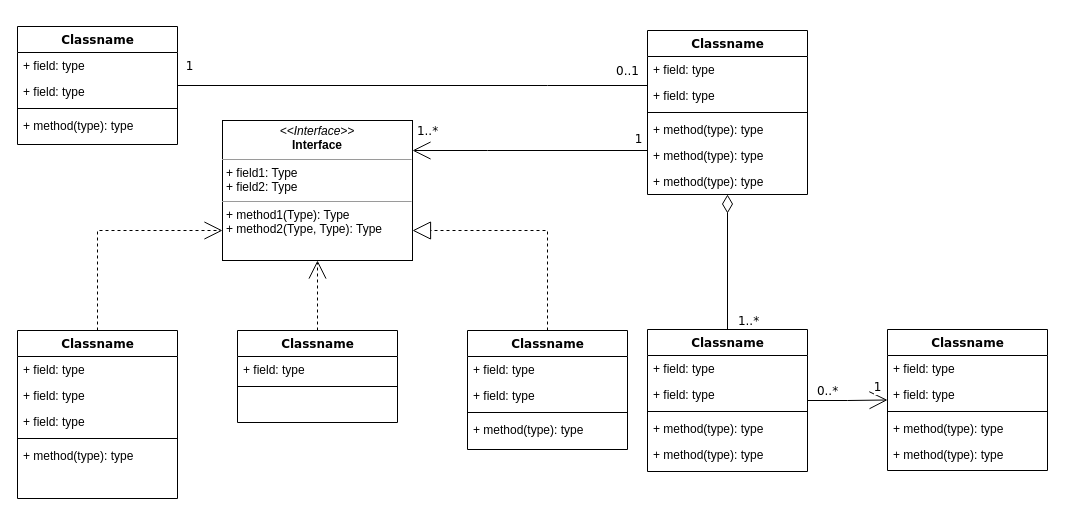
Earlier version of the draw.io diagram error_class.drawio (chenwhql/diagrams). Source tidied: cells renumbered, new cells numbered last; positions are measured from the earlier drawing's top-left corner, leaving out a move shared by most shapes. Both pictures are drawn from the tidied source at 100%, with x=0, y=0 at pixel (17, 26).
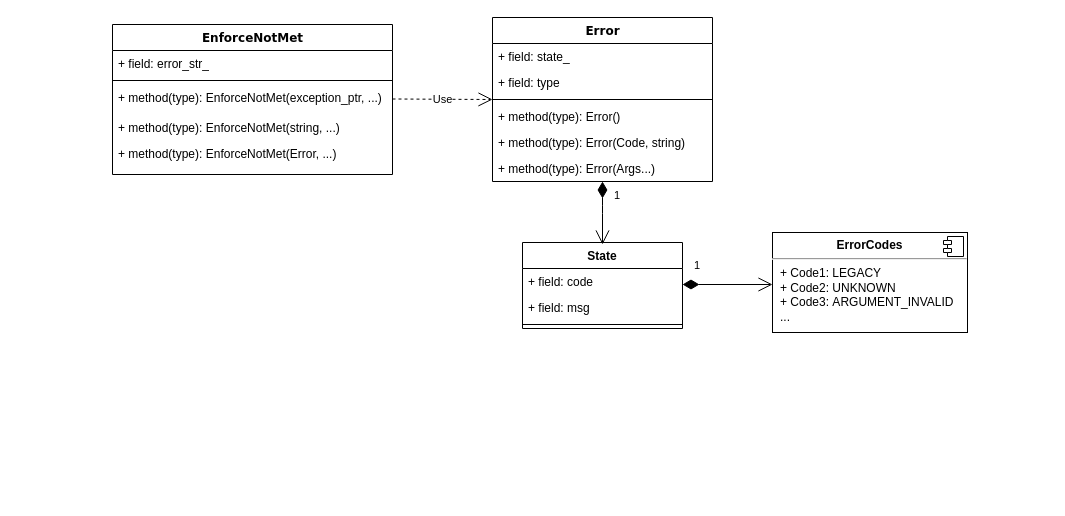
After the change.

What changed in the source:
```diff
@@
-    <mxCell id="2" style="edgeStyle=orthogonalEdgeStyle;rounded=0;html=1;dashed=1;labelBackgroundColor=none;startArrow=none;startFill=0;startSize=8;endArrow=open;endFill=0;endSize=16;fontFamily=Verdana;fontSize=12;" parent="1" edge="1" source="3" target="54">
-      <mxGeometry relative="1" as="geometry">
-        <Array as="points">
-          <mxPoint x="80" y="204" />
-        </Array>
-      </mxGeometry>
-    </mxCell>
-    <mxCell id="3" value="Classname" style="swimlane;html=1;fontStyle=1;align=center;verticalAlign=top;horizontal=1;startSize=26;swimlaneFillColor=#ffffff;rounded=0;shadow=0;comic=0;labelBackgroundColor=none;strokeColor=#000000;strokeWidth=1;fillColor=none;fontFamily=Verdana;fontSize=12;fontColor=#000000;" parent="1" vertex="1">
-      <mxGeometry y="304" width="160" height="168" as="geometry" />
-    </mxCell>
-    <mxCell id="4" value="+ field: type" style="text;html=1;strokeColor=none;fillColor=none;align=left;verticalAlign=top;spacingLeft=4;spacingRight=4;whiteSpace=wrap;overflow=hidden;" parent="3" vertex="1">
-      <mxGeometry y="26" width="160" height="26" as="geometry" />
-    </mxCell>
-    <mxCell id="5" value="+ field: type" style="text;html=1;strokeColor=none;fillColor=none;align=left;verticalAlign=top;spacingLeft=4;spacingRight=4;whiteSpace=wrap;overflow=hidden;" parent="3" vertex="1">
-      <mxGeometry y="52" width="160" height="26" as="geometry" />
-    </mxCell>
-    <mxCell id="6" value="+ field: type" style="text;html=1;strokeColor=none;fillColor=none;align=left;verticalAlign=top;spacingLeft=4;spacingRight=4;whiteSpace=wrap;overflow=hidden;" parent="3" vertex="1">
-      <mxGeometry y="78" width="160" height="26" as="geometry" />
-    </mxCell>
-    <mxCell id="7" style="line;html=1;strokeWidth=1;fillColor=none;align=left;verticalAlign=middle;spacingTop=-1;spacingLeft=3;spacingRight=3;labelPosition=right;" parent="3" vertex="1">
-      <mxGeometry y="104" width="160" height="8" as="geometry" />
-    </mxCell>
-    <mxCell id="8" value="+ method(type): type" style="text;html=1;strokeColor=none;fillColor=none;align=left;verticalAlign=top;spacingLeft=4;spacingRight=4;whiteSpace=wrap;overflow=hidden;" parent="3" vertex="1">
-      <mxGeometry y="112" width="160" height="26" as="geometry" />
-    </mxCell>
-    <mxCell id="9" value="Classname" style="swimlane;html=1;fontStyle=1;align=center;verticalAlign=top;horizontal=1;startSize=26;swimlaneFillColor=#ffffff;rounded=0;shadow=0;comic=0;labelBackgroundColor=none;strokeColor=#000000;strokeWidth=1;fillColor=none;fontFamily=Verdana;fontSize=12;fontColor=#000000;" parent="1" vertex="1">
-      <mxGeometry width="160" height="118" as="geometry" />
+    <mxCell id="9" value="Error" style="swimlane;html=1;fontStyle=1;align=center;verticalAlign=top;horizontal=1;startSize=26;swimlaneFillColor=#ffffff;rounded=0;shadow=0;comic=0;labelBackgroundColor=none;strokeColor=#000000;strokeWidth=1;fillColor=none;fontFamily=Verdana;fontSize=12;fontColor=#000000;" parent="1" vertex="1">
+      <mxGeometry x="475" y="-9" width="220" height="164" as="geometry" />
     </mxCell>
-    <mxCell id="10" value="+ field: type" style="text;html=1;strokeColor=none;fillColor=none;align=left;verticalAlign=top;spacingLeft=4;spacingRight=4;whiteSpace=wrap;overflow=hidden;" parent="9" vertex="1">
-      <mxGeometry y="26" width="160" height="26" as="geometry" />
+    <mxCell id="10" value="+ field: state_" style="text;html=1;strokeColor=none;fillColor=none;align=left;verticalAlign=top;spacingLeft=4;spacingRight=4;whiteSpace=wrap;overflow=hidden;" parent="9" vertex="1">
+      <mxGeometry y="26" width="220" height="26" as="geometry" />
     </mxCell>
     <mxCell id="11" value="+ field: type" style="text;html=1;strokeColor=none;fillColor=none;align=left;verticalAlign=top;spacingLeft=4;spacingRight=4;whiteSpace=wrap;overflow=hidden;" parent="9" vertex="1">
-      <mxGeometry y="52" width="160" height="26" as="geometry" />
+      <mxGeometry y="52" width="220" height="26" as="geometry" />
     </mxCell>
     <mxCell id="12" style="line;html=1;strokeWidth=1;fillColor=none;align=left;verticalAlign=middle;spacingTop=-1;spacingLeft=3;spacingRight=3;labelPosition=right;" parent="9" vertex="1">
-      <mxGeometry y="78" width="160" height="8" as="geometry" />
+      <mxGeometry y="78" width="220" height="8" as="geometry" />
     </mxCell>
+    <mxCell id="55" value="Use" style="endArrow=open;endSize=12;dashed=1;html=1;" parent="9" edge="1">
+      <mxGeometry relative="1" as="geometry">
+        <mxPoint x="-100" y="81.5" as="sourcePoint" />
+        <mxPoint y="82" as="targetPoint" />
+      </mxGeometry>
+    </mxCell>
-    <mxCell id="13" value="+ method(type): type" style="text;html=1;strokeColor=none;fillColor=none;align=left;verticalAlign=top;spacingLeft=4;spacingRight=4;whiteSpace=wrap;overflow=hidden;" parent="9" vertex="1">
-      <mxGeometry y="86" width="160" height="26" as="geometry" />
+    <mxCell id="13" value="+ method(type): Error()" style="text;html=1;strokeColor=none;fillColor=none;align=left;verticalAlign=top;spacingLeft=4;spacingRight=4;whiteSpace=wrap;overflow=hidden;" parent="9" vertex="1">
+      <mxGeometry y="86" width="220" height="26" as="geometry" />
     </mxCell>
+    <mxCell id="56" value="+ method(type): Error(Code, string)" style="text;html=1;strokeColor=none;fillColor=none;align=left;verticalAlign=top;spacingLeft=4;spacingRight=4;whiteSpace=wrap;overflow=hidden;" parent="9" vertex="1">
+      <mxGeometry y="112" width="220" height="26" as="geometry" />
+    </mxCell>
+    <mxCell id="57" value="+ method(type): Error(Args...)" style="text;html=1;strokeColor=none;fillColor=none;align=left;verticalAlign=top;spacingLeft=4;spacingRight=4;whiteSpace=wrap;overflow=hidden;points=[[0,0.5],[1,0.5]];portConstraint=eastwest;" parent="9" vertex="1">
+      <mxGeometry y="138" width="220" height="26" as="geometry" />
+    </mxCell>
-    <mxCell id="14" style="edgeStyle=orthogonalEdgeStyle;rounded=0;html=1;labelBackgroundColor=none;startArrow=none;startFill=0;startSize=8;endArrow=open;endFill=0;endSize=16;fontFamily=Verdana;fontSize=12;" parent="1" edge="1" source="20" target="54">
+    <mxCell id="14" style="edgeStyle=orthogonalEdgeStyle;rounded=0;html=1;labelBackgroundColor=none;startArrow=none;startFill=0;startSize=8;endArrow=open;endFill=0;endSize=16;fontFamily=Verdana;fontSize=12;" parent="1" edge="1">
       <mxGeometry relative="1" as="geometry">
+        <mxPoint x="395" y="124" as="targetPoint" />
         <Array as="points">
           <mxPoint x="470" y="124" />
           <mxPoint x="470" y="124" />
         </Array>
       </mxGeometry>
     </mxCell>
@@
-    <mxCell id="17" style="edgeStyle=orthogonalEdgeStyle;rounded=0;html=1;labelBackgroundColor=none;startArrow=none;startFill=0;startSize=8;endArrow=none;endFill=0;endSize=16;fontFamily=Verdana;fontSize=12;" parent="1" edge="1" source="20" target="9">
-      <mxGeometry relative="1" as="geometry">
-        <Array as="points">
-          <mxPoint x="530" y="59" />
-          <mxPoint x="530" y="59" />
-        </Array>
-      </mxGeometry>
-    </mxCell>
-    <mxCell id="18" value="0..1" style="text;html=1;align=center;verticalAlign=middle;labelBackgroundColor=#ffffff;fontSize=12;fontFamily=Verdana;fontColor=#000000;" parent="17" vertex="1">
-      <mxGeometry x="-0.57" y="-86" relative="1" as="geometry">
-        <mxPoint x="80" y="71" as="offset" />
-      </mxGeometry>
-    </mxCell>
-    <mxCell id="19" value="1" style="text;html=1;align=center;verticalAlign=middle;labelBackgroundColor=#ffffff;fontSize=12;fontFamily=Verdana;fontColor=#000000;" parent="17" vertex="1">
-      <mxGeometry x="0.89" y="-1" relative="1" as="geometry">
-        <mxPoint x="-15" y="-19" as="offset" />
-      </mxGeometry>
-    </mxCell>
-    <mxCell id="20" value="Classname" style="swimlane;html=1;fontStyle=1;align=center;verticalAlign=top;horizontal=1;startSize=26;swimlaneFillColor=#ffffff;rounded=0;shadow=0;comic=0;labelBackgroundColor=none;strokeColor=#000000;strokeWidth=1;fillColor=none;fontFamily=Verdana;fontSize=12;fontColor=#000000;" parent="1" vertex="1">
-      <mxGeometry x="630" y="4" width="160" height="164" as="geometry" />
-    </mxCell>
-    <mxCell id="21" value="+ field: type" style="text;html=1;strokeColor=none;fillColor=none;align=left;verticalAlign=top;spacingLeft=4;spacingRight=4;whiteSpace=wrap;overflow=hidden;" parent="20" vertex="1">
-      <mxGeometry y="26" width="160" height="26" as="geometry" />
-    </mxCell>
-    <mxCell id="22" value="+ field: type" style="text;html=1;strokeColor=none;fillColor=none;align=left;verticalAlign=top;spacingLeft=4;spacingRight=4;whiteSpace=wrap;overflow=hidden;" parent="20" vertex="1">
-      <mxGeometry y="52" width="160" height="26" as="geometry" />
-    </mxCell>
-    <mxCell id="23" style="line;html=1;strokeWidth=1;fillColor=none;align=left;verticalAlign=middle;spacingTop=-1;spacingLeft=3;spacingRight=3;labelPosition=right;" parent="20" vertex="1">
-      <mxGeometry y="78" width="160" height="8" as="geometry" />
-    </mxCell>
-    <mxCell id="24" value="+ method(type): type" style="text;html=1;strokeColor=none;fillColor=none;align=left;verticalAlign=top;spacingLeft=4;spacingRight=4;whiteSpace=wrap;overflow=hidden;" parent="20" vertex="1">
-      <mxGeometry y="86" width="160" height="26" as="geometry" />
-    </mxCell>
-    <mxCell id="25" value="+ method(type): type" style="text;html=1;strokeColor=none;fillColor=none;align=left;verticalAlign=top;spacingLeft=4;spacingRight=4;whiteSpace=wrap;overflow=hidden;" parent="20" vertex="1">
-      <mxGeometry y="112" width="160" height="26" as="geometry" />
-    </mxCell>
-    <mxCell id="26" value="+ method(type): type" style="text;html=1;strokeColor=none;fillColor=none;align=left;verticalAlign=top;spacingLeft=4;spacingRight=4;whiteSpace=wrap;overflow=hidden;" parent="20" vertex="1">
-      <mxGeometry y="138" width="160" height="26" as="geometry" />
-    </mxCell>
-    <mxCell id="27" style="edgeStyle=orthogonalEdgeStyle;rounded=0;html=1;dashed=1;labelBackgroundColor=none;startArrow=none;startFill=0;startSize=8;endArrow=open;endFill=0;endSize=16;fontFamily=Verdana;fontSize=12;" parent="1" edge="1" source="28" target="54">
-      <mxGeometry relative="1" as="geometry" />
-    </mxCell>
-    <mxCell id="28" value="Classname" style="swimlane;html=1;fontStyle=1;align=center;verticalAlign=top;horizontal=1;startSize=26;swimlaneFillColor=#ffffff;rounded=0;shadow=0;comic=0;labelBackgroundColor=none;strokeColor=#000000;strokeWidth=1;fillColor=none;fontFamily=Verdana;fontSize=12;fontColor=#000000;" parent="1" vertex="1">
-      <mxGeometry x="220" y="304" width="160" height="92" as="geometry" />
-    </mxCell>
-    <mxCell id="29" value="+ field: type" style="text;html=1;strokeColor=none;fillColor=none;align=left;verticalAlign=top;spacingLeft=4;spacingRight=4;whiteSpace=wrap;overflow=hidden;" parent="28" vertex="1">
-      <mxGeometry y="26" width="160" height="26" as="geometry" />
-    </mxCell>
-    <mxCell id="30" style="line;html=1;strokeWidth=1;fillColor=none;align=left;verticalAlign=middle;spacingTop=-1;spacingLeft=3;spacingRight=3;labelPosition=right;" parent="28" vertex="1">
-      <mxGeometry y="52" width="160" height="8" as="geometry" />
-    </mxCell>
-    <mxCell id="31" style="edgeStyle=orthogonalEdgeStyle;rounded=0;html=1;labelBackgroundColor=none;startArrow=none;startFill=0;startSize=8;endArrow=diamondThin;endFill=0;endSize=16;fontFamily=Verdana;fontSize=12;" parent="1" edge="1" source="36" target="20">
-      <mxGeometry relative="1" as="geometry" />
-    </mxCell>
-    <mxCell id="32" value="1..*" style="text;html=1;align=center;verticalAlign=middle;labelBackgroundColor=#ffffff;fontSize=12;fontFamily=Verdana;fontColor=#000000;" parent="31" vertex="1">
-      <mxGeometry x="-0.85" y="-1" relative="1" as="geometry">
-        <mxPoint x="19" y="1" as="offset" />
-      </mxGeometry>
-    </mxCell>
-    <mxCell id="33" style="edgeStyle=orthogonalEdgeStyle;rounded=0;html=1;labelBackgroundColor=none;startArrow=none;startFill=0;startSize=8;endArrow=open;endFill=0;endSize=16;fontFamily=Verdana;fontSize=12;" parent="1" edge="1" source="36" target="42">
-      <mxGeometry relative="1" as="geometry" />
-    </mxCell>
-    <mxCell id="34" value="0..*" style="text;html=1;align=center;verticalAlign=middle;labelBackgroundColor=#ffffff;fontSize=12;fontFamily=Verdana;fontColor=#000000;" parent="33" vertex="1">
-      <mxGeometry x="-0.79" relative="1" as="geometry">
-        <mxPoint x="11" y="-10" as="offset" />
-      </mxGeometry>
-    </mxCell>
-    <mxCell id="35" value="1" style="text;html=1;align=center;verticalAlign=middle;labelBackgroundColor=#ffffff;fontSize=12;fontFamily=Verdana;fontColor=#000000;" parent="33" vertex="1">
-      <mxGeometry x="0.7" y="1" relative="1" as="geometry">
-        <mxPoint x="2" y="-12" as="offset" />
-      </mxGeometry>
-    </mxCell>
-    <mxCell id="36" value="Classname" style="swimlane;html=1;fontStyle=1;align=center;verticalAlign=top;horizontal=1;startSize=26;swimlaneFillColor=#ffffff;rounded=0;shadow=0;comic=0;labelBackgroundColor=none;strokeColor=#000000;strokeWidth=1;fillColor=none;fontFamily=Verdana;fontSize=12;fontColor=#000000;" parent="1" vertex="1">
-      <mxGeometry x="630" y="303" width="160" height="142" as="geometry" />
+    <mxCell id="36" value="EnforceNotMet" style="swimlane;html=1;fontStyle=1;align=center;verticalAlign=top;horizontal=1;startSize=26;swimlaneFillColor=#ffffff;rounded=0;shadow=0;comic=0;labelBackgroundColor=none;strokeColor=#000000;strokeWidth=1;fillColor=none;fontFamily=Verdana;fontSize=12;fontColor=#000000;" parent="1" vertex="1">
+      <mxGeometry x="95" y="-2" width="280" height="150" as="geometry" />
     </mxCell>
-    <mxCell id="37" value="+ field: type" style="text;html=1;strokeColor=none;fillColor=none;align=left;verticalAlign=top;spacingLeft=4;spacingRight=4;whiteSpace=wrap;overflow=hidden;" parent="36" vertex="1">
-      <mxGeometry y="26" width="160" height="26" as="geometry" />
+    <mxCell id="37" value="+ field: error_str_" style="text;html=1;strokeColor=none;fillColor=none;align=left;verticalAlign=top;spacingLeft=4;spacingRight=4;whiteSpace=wrap;overflow=hidden;" parent="36" vertex="1">
+      <mxGeometry y="26" width="280" height="26" as="geometry" />
     </mxCell>
-    <mxCell id="38" value="+ field: type" style="text;html=1;strokeColor=none;fillColor=none;align=left;verticalAlign=top;spacingLeft=4;spacingRight=4;whiteSpace=wrap;overflow=hidden;" parent="36" vertex="1">
-      <mxGeometry y="52" width="160" height="26" as="geometry" />
-    </mxCell>
     <mxCell id="39" style="line;html=1;strokeWidth=1;fillColor=none;align=left;verticalAlign=middle;spacingTop=-1;spacingLeft=3;spacingRight=3;labelPosition=right;" parent="36" vertex="1">
-      <mxGeometry y="78" width="160" height="8" as="geometry" />
+      <mxGeometry y="52" width="280" height="8" as="geometry" />
     </mxCell>
-    <mxCell id="40" value="+ method(type): type" style="text;html=1;strokeColor=none;fillColor=none;align=left;verticalAlign=top;spacingLeft=4;spacingRight=4;whiteSpace=wrap;overflow=hidden;" parent="36" vertex="1">
-      <mxGeometry y="86" width="160" height="26" as="geometry" />
+    <mxCell id="40" value="+ method(type): EnforceNotMet(exception_ptr, ...)" style="text;html=1;strokeColor=none;fillColor=none;align=left;verticalAlign=top;spacingLeft=4;spacingRight=4;whiteSpace=wrap;overflow=hidden;" parent="36" vertex="1">
+      <mxGeometry y="60" width="280" height="30" as="geometry" />
     </mxCell>
-    <mxCell id="41" value="+ method(type): type" style="text;html=1;strokeColor=none;fillColor=none;align=left;verticalAlign=top;spacingLeft=4;spacingRight=4;whiteSpace=wrap;overflow=hidden;" parent="36" vertex="1">
-      <mxGeometry y="112" width="160" height="26" as="geometry" />
+    <mxCell id="41" value="+ method(type): EnforceNotMet(string, ...)" style="text;html=1;strokeColor=none;fillColor=none;align=left;verticalAlign=top;spacingLeft=4;spacingRight=4;whiteSpace=wrap;overflow=hidden;" parent="36" vertex="1">
+      <mxGeometry y="90" width="280" height="26" as="geometry" />
     </mxCell>
-    <mxCell id="42" value="Classname" style="swimlane;html=1;fontStyle=1;align=center;verticalAlign=top;horizontal=1;startSize=26;swimlaneFillColor=#ffffff;rounded=0;shadow=0;comic=0;labelBackgroundColor=none;strokeColor=#000000;strokeWidth=1;fillColor=none;fontFamily=Verdana;fontSize=12;fontColor=#000000;" parent="1" vertex="1">
-      <mxGeometry x="870" y="303" width="160" height="141" as="geometry" />
-    </mxCell>
-    <mxCell id="43" value="+ field: type" style="text;html=1;strokeColor=none;fillColor=none;align=left;verticalAlign=top;spacingLeft=4;spacingRight=4;whiteSpace=wrap;overflow=hidden;" parent="42" vertex="1">
-      <mxGeometry y="26" width="160" height="26" as="geometry" />
-    </mxCell>
-    <mxCell id="44" value="+ field: type" style="text;html=1;strokeColor=none;fillColor=none;align=left;verticalAlign=top;spacingLeft=4;spacingRight=4;whiteSpace=wrap;overflow=hidden;" parent="42" vertex="1">
-      <mxGeometry y="52" width="160" height="26" as="geometry" />
-    </mxCell>
-    <mxCell id="45" style="line;html=1;strokeWidth=1;fillColor=none;align=left;verticalAlign=middle;spacingTop=-1;spacingLeft=3;spacingRight=3;labelPosition=right;" parent="42" vertex="1">
-      <mxGeometry y="78" width="160" height="8" as="geometry" />
-    </mxCell>
-    <mxCell id="46" value="+ method(type): type" style="text;html=1;strokeColor=none;fillColor=none;align=left;verticalAlign=top;spacingLeft=4;spacingRight=4;whiteSpace=wrap;overflow=hidden;" parent="42" vertex="1">
-      <mxGeometry y="86" width="160" height="26" as="geometry" />
-    </mxCell>
-    <mxCell id="47" value="+ method(type): type" style="text;html=1;strokeColor=none;fillColor=none;align=left;verticalAlign=top;spacingLeft=4;spacingRight=4;whiteSpace=wrap;overflow=hidden;" parent="42" vertex="1">
-      <mxGeometry y="112" width="160" height="26" as="geometry" />
-    </mxCell>
+    <mxCell id="58" value="+ method(type): EnforceNotMet(Error, ...)" style="text;html=1;strokeColor=none;fillColor=none;align=left;verticalAlign=top;spacingLeft=4;spacingRight=4;whiteSpace=wrap;overflow=hidden;" parent="36" vertex="1">
+      <mxGeometry y="116" width="280" height="26" as="geometry" />
+    </mxCell>
-    <mxCell id="48" style="edgeStyle=orthogonalEdgeStyle;rounded=0;html=1;dashed=1;labelBackgroundColor=none;startArrow=none;startFill=0;startSize=8;endArrow=block;endFill=0;endSize=16;fontFamily=Verdana;fontSize=12;" parent="1" edge="1" source="49" target="54">
+    <mxCell id="48" style="edgeStyle=orthogonalEdgeStyle;rounded=0;html=1;dashed=1;labelBackgroundColor=none;startArrow=none;startFill=0;startSize=8;endArrow=block;endFill=0;endSize=16;fontFamily=Verdana;fontSize=12;" parent="1" edge="1">
       <mxGeometry relative="1" as="geometry">
+        <mxPoint x="395" y="204" as="targetPoint" />
         <Array as="points">
           <mxPoint x="530" y="204" />
         </Array>
       </mxGeometry>
     </mxCell>
-    <mxCell id="49" value="Classname" style="swimlane;html=1;fontStyle=1;align=center;verticalAlign=top;horizontal=1;startSize=26;swimlaneFillColor=#ffffff;rounded=0;shadow=0;comic=0;labelBackgroundColor=none;strokeColor=#000000;strokeWidth=1;fillColor=none;fontFamily=Verdana;fontSize=12;fontColor=#000000;" parent="1" vertex="1">
-      <mxGeometry x="450" y="304" width="160" height="119" as="geometry" />
-    </mxCell>
-    <mxCell id="50" value="+ field: type" style="text;html=1;strokeColor=none;fillColor=none;align=left;verticalAlign=top;spacingLeft=4;spacingRight=4;whiteSpace=wrap;overflow=hidden;" parent="49" vertex="1">
-      <mxGeometry y="26" width="160" height="26" as="geometry" />
-    </mxCell>
-    <mxCell id="51" value="+ field: type" style="text;html=1;strokeColor=none;fillColor=none;align=left;verticalAlign=top;spacingLeft=4;spacingRight=4;whiteSpace=wrap;overflow=hidden;" parent="49" vertex="1">
-      <mxGeometry y="52" width="160" height="26" as="geometry" />
-    </mxCell>
-    <mxCell id="52" style="line;html=1;strokeWidth=1;fillColor=none;align=left;verticalAlign=middle;spacingTop=-1;spacingLeft=3;spacingRight=3;labelPosition=right;" parent="49" vertex="1">
-      <mxGeometry y="78" width="160" height="8" as="geometry" />
-    </mxCell>
-    <mxCell id="53" value="+ method(type): type" style="text;html=1;strokeColor=none;fillColor=none;align=left;verticalAlign=top;spacingLeft=4;spacingRight=4;whiteSpace=wrap;overflow=hidden;" parent="49" vertex="1">
-      <mxGeometry y="86" width="160" height="26" as="geometry" />
-    </mxCell>
-    <mxCell id="54" value="&lt;p style=&quot;margin:0px;margin-top:4px;text-align:center;&quot;&gt;&lt;i&gt;&amp;lt;&amp;lt;Interface&amp;gt;&amp;gt;&lt;/i&gt;&lt;br/&gt;&lt;b&gt;Interface&lt;/b&gt;&lt;/p&gt;&lt;hr size=&quot;1&quot;/&gt;&lt;p style=&quot;margin:0px;margin-left:4px;&quot;&gt;+ field1: Type&lt;br/&gt;+ field2: Type&lt;/p&gt;&lt;hr size=&quot;1&quot;/&gt;&lt;p style=&quot;margin:0px;margin-left:4px;&quot;&gt;+ method1(Type): Type&lt;br/&gt;+ method2(Type, Type): Type&lt;/p&gt;" style="verticalAlign=top;align=left;overflow=fill;fontSize=12;fontFamily=Helvetica;html=1;rounded=0;shadow=0;comic=0;labelBackgroundColor=none;strokeColor=#000000;strokeWidth=1;fillColor=#ffffff;" parent="1" vertex="1">
-      <mxGeometry x="205" y="94" width="190" height="140" as="geometry" />
-    </mxCell>
+    <mxCell id="59" value="State" style="swimlane;fontStyle=1;align=center;verticalAlign=top;horizontal=1;startSize=26;" parent="1" vertex="1">
+      <mxGeometry x="505" y="216" width="160" height="86" as="geometry" />
+    </mxCell>
+    <mxCell id="60" value="+ field: code&#10;&#10;&#10;" style="text;strokeColor=none;fillColor=none;align=left;verticalAlign=top;spacingLeft=4;spacingRight=4;overflow=hidden;" parent="59" vertex="1">
+      <mxGeometry y="26" width="160" height="26" as="geometry" />
+    </mxCell>
+    <mxCell id="61" value="+ field: msg&#10;&#10;&#10;" style="text;strokeColor=none;fillColor=none;align=left;verticalAlign=top;spacingLeft=4;spacingRight=4;overflow=hidden;" parent="59" vertex="1">
+      <mxGeometry y="52" width="160" height="26" as="geometry" />
+    </mxCell>
+    <mxCell id="62" style="line;strokeWidth=1;fillColor=none;align=left;verticalAlign=middle;spacingTop=-1;spacingLeft=3;spacingRight=3;labelPosition=right;" parent="59" vertex="1">
+      <mxGeometry y="78" width="160" height="8" as="geometry" />
+    </mxCell>
+    <mxCell id="63" value="&lt;p style=&quot;margin: 0px ; margin-top: 6px ; text-align: center&quot;&gt;&lt;b&gt;ErrorCodes&lt;/b&gt;&lt;/p&gt;&lt;hr&gt;&lt;p style=&quot;margin: 0px ; margin-left: 8px&quot;&gt;+ Code1: LEGACY&lt;/p&gt;&lt;p style=&quot;margin: 0px ; margin-left: 8px&quot;&gt;+ Code2: UNKNOWN&lt;/p&gt;&lt;p style=&quot;margin: 0px ; margin-left: 8px&quot;&gt;+ Code3:&amp;nbsp;ARGUMENT_INVALID&lt;br&gt;&lt;/p&gt;&lt;p style=&quot;margin: 0px ; margin-left: 8px&quot;&gt;...&lt;/p&gt;&lt;p style=&quot;margin: 0px ; margin-left: 8px&quot;&gt;&lt;br&gt;&lt;/p&gt;" style="align=left;overflow=fill;html=1;" parent="1" vertex="1">
+      <mxGeometry x="755" y="206" width="195" height="100" as="geometry" />
+    </mxCell>
+    <mxCell id="64" style="shape=component;jettyWidth=8;jettyHeight=4;" parent="63" vertex="1">
+      <mxGeometry x="1" width="20" height="20" relative="1" as="geometry">
+        <mxPoint x="-24" y="4" as="offset" />
+      </mxGeometry>
+    </mxCell>
+    <mxCell id="65" value="1" style="endArrow=open;html=1;endSize=12;startArrow=diamondThin;startSize=14;startFill=1;edgeStyle=orthogonalEdgeStyle;align=left;verticalAlign=bottom;exitX=0.5;exitY=1;exitDx=0;exitDy=0;exitPerimeter=0;" parent="1" edge="1" source="57">
+      <mxGeometry x="-0.27" y="10" relative="1" as="geometry">
+        <mxPoint x="585" y="218" as="targetPoint" />
+      </mxGeometry>
+    </mxCell>
+    <mxCell id="66" value="1" style="endArrow=open;html=1;endSize=12;startArrow=diamondThin;startSize=14;startFill=1;edgeStyle=orthogonalEdgeStyle;align=left;verticalAlign=bottom;" parent="1" edge="1">
+      <mxGeometry x="-0.78" y="10" relative="1" as="geometry">
+        <mxPoint x="665" y="258" as="sourcePoint" />
+        <mxPoint x="755" y="258" as="targetPoint" />
+      </mxGeometry>
+    </mxCell>
```
